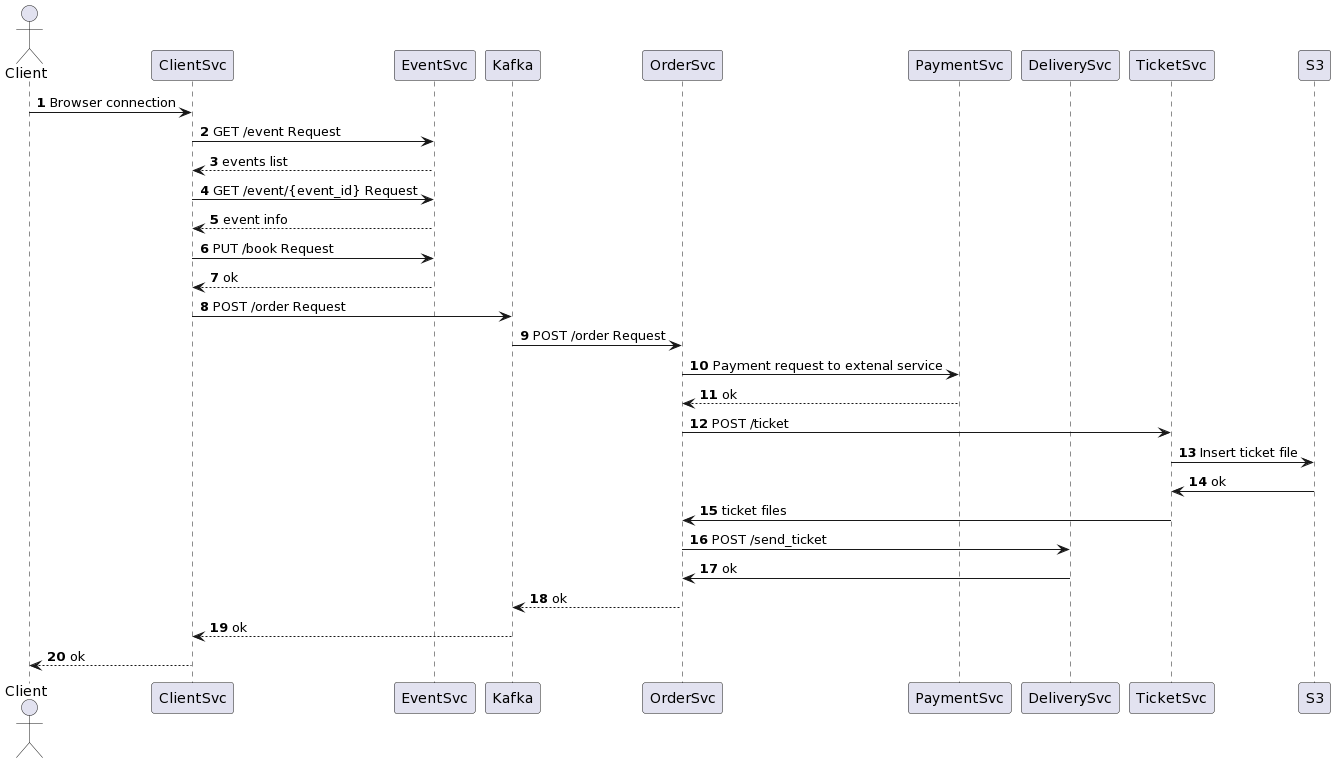
This is img/make_order_seq.png from Vanaeque/architecture_project, a PlantUML export, as it was before one commit. The source it was exported from:
```plantuml
@startuml
actor Client
participant ClientSvc
participant EventSvc
participant Kafka
participant OrderSvc
participant PaymentSvc
participant DeliverySvc
participant TicketSvc
participant S3

Client -> ClientSvc: **1** Browser connection
ClientSvc -> EventSvc: **2** GET /event Request
ClientSvc <-- EventSvc: **3** events list

ClientSvc -> EventSvc: **4** GET /event/{event_id} Request
ClientSvc <-- EventSvc: **5** event info

ClientSvc -> EventSvc: **6** PUT /book Request
ClientSvc <-- EventSvc: **7** ok

ClientSvc -> Kafka: **8** POST /order Request

Kafka -> OrderSvc: **9** POST /order Request

OrderSvc ->  PaymentSvc: **10** Payment request to extenal service
OrderSvc <-- PaymentSvc: **11** ok

OrderSvc -> TicketSvc: **12** POST /ticket
TicketSvc -> S3: **13** Insert ticket file
S3 -> TicketSvc: **14** ok
TicketSvc -> OrderSvc: **15** ticket files

OrderSvc -> DeliverySvc: **16** POST /send_ticket
DeliverySvc -> OrderSvc: **17** ok

Kafka <-- OrderSvc: **18** ok
ClientSvc <-- Kafka: **19** ok

Client <-- ClientSvc: **20** ok
@enduml
```
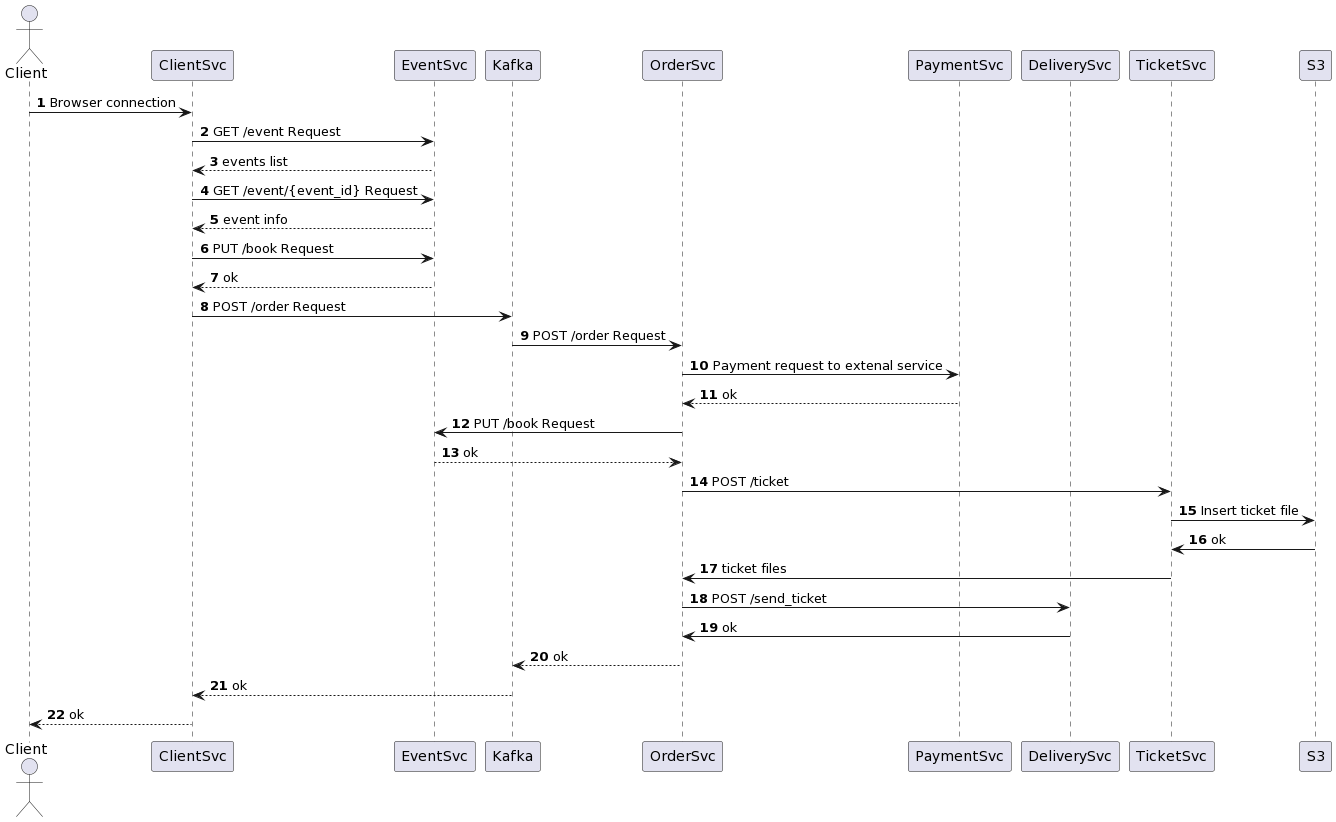
Above is the later version.

Change to the diagram source:
```diff
@@ -26,16 +26,19 @@
 OrderSvc ->  PaymentSvc: **10** Payment request to extenal service
 OrderSvc <-- PaymentSvc: **11** ok
 
-OrderSvc -> TicketSvc: **12** POST /ticket
-TicketSvc -> S3: **13** Insert ticket file
-S3 -> TicketSvc: **14** ok
-TicketSvc -> OrderSvc: **15** ticket files
+OrderSvc ->  EventSvc: **12** PUT /book Request
+OrderSvc <-- EventSvc: **13** ok
 
-OrderSvc -> DeliverySvc: **16** POST /send_ticket
-DeliverySvc -> OrderSvc: **17** ok
+OrderSvc -> TicketSvc: **14** POST /ticket
+TicketSvc -> S3: **15** Insert ticket file
+S3 -> TicketSvc: **16** ok
+TicketSvc -> OrderSvc: **17** ticket files
 
-Kafka <-- OrderSvc: **18** ok
-ClientSvc <-- Kafka: **19** ok
+OrderSvc -> DeliverySvc: **18** POST /send_ticket
+DeliverySvc -> OrderSvc: **19** ok
 
-Client <-- ClientSvc: **20** ok
+Kafka <-- OrderSvc: **20** ok
+ClientSvc <-- Kafka: **21** ok
+
+Client <-- ClientSvc: **22** ok
 @enduml
```
